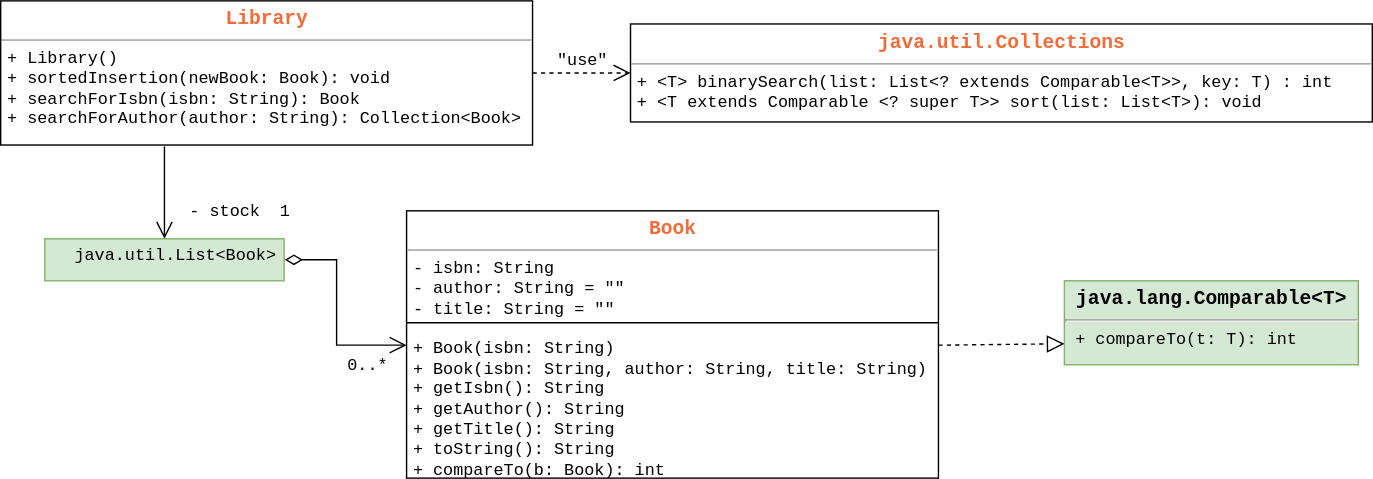
Above: docs/tasks/lesson/assets/Library_Lists.svg in sierikov/inloop (draw.io), before the change. Source tidied: cells renumbered, new cells last; positions are measured from the earlier drawing's top-left corner, leaving out a move shared by most shapes.
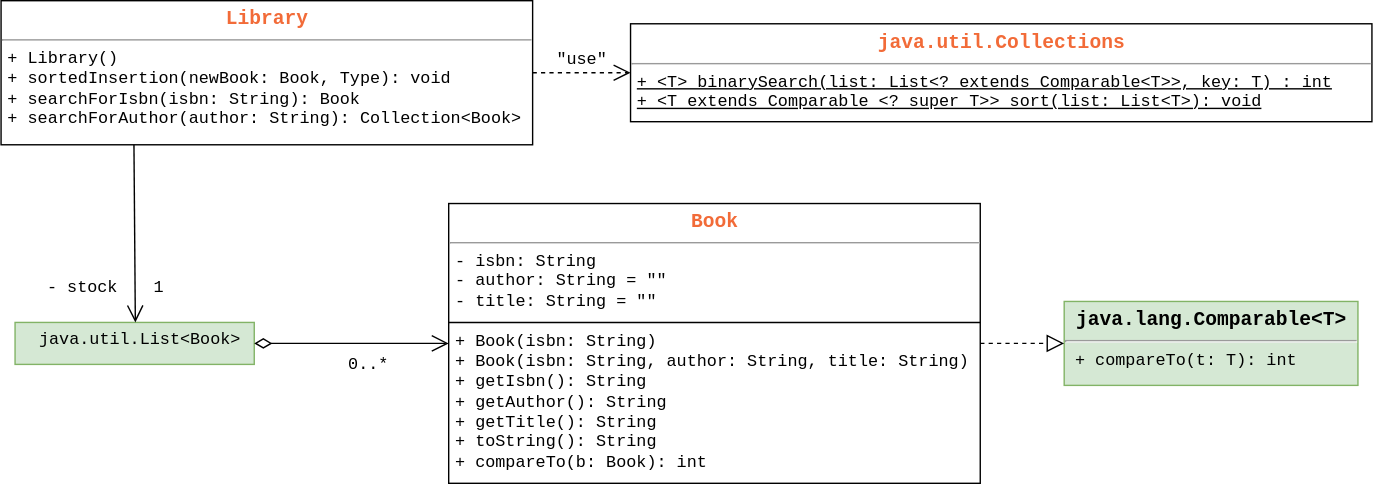
The same file after the commit.

What changed in the source:
```diff
@@ -8,35 +8,34 @@
     <mxCell id="3" value="&lt;p style=&quot;margin: 0px ; margin-top: 4px ; text-align: center&quot;&gt;&lt;font color=&quot;#f26b38&quot; size=&quot;1&quot;&gt;&lt;b style=&quot;font-size: 14px&quot;&gt;Library&lt;/b&gt;&lt;/font&gt;&lt;/p&gt;&lt;hr size=&quot;1&quot;&gt;&lt;p style=&quot;margin: 0px ; margin-left: 4px&quot;&gt;&lt;font&gt;+ Library()&lt;br&gt;+ sortedInsertion(newBook: Book, Type): void&lt;br&gt;+ searchForIsbn(isbn: String): Book&lt;/font&gt;&lt;/p&gt;&lt;p style=&quot;margin: 0px ; margin-left: 4px&quot;&gt;&lt;font&gt;+ searchForAuthor(author: String): Collection&amp;lt;Book&amp;gt;&lt;/font&gt;&lt;/p&gt;" style="verticalAlign=top;align=left;overflow=fill;fontSize=12;fontFamily=Courier New;html=1;rounded=0;shadow=0;comic=0;labelBackgroundColor=none;strokeWidth=1;" parent="1" vertex="1">
       <mxGeometry width="380" height="103" as="geometry" />
     </mxCell>
-    <mxCell id="4" value="&lt;p style=&quot;margin: 0px ; margin-top: 4px ; text-align: center&quot;&gt;&lt;font color=&quot;#f26b38&quot; size=&quot;1&quot;&gt;&lt;b style=&quot;font-size: 14px&quot;&gt;java.util.Collections&lt;/b&gt;&lt;/font&gt;&lt;/p&gt;&lt;hr size=&quot;1&quot;&gt;&lt;p style=&quot;margin: 0px ; margin-left: 4px&quot;&gt;&lt;font&gt;+ &amp;lt;T&amp;gt; binarySearch(list: List&amp;lt;? extends Comparable&amp;lt;T&amp;gt;&amp;gt;, key: T) : int&lt;br&gt;+ &amp;lt;T extends Comparable &amp;lt;? super T&amp;gt;&amp;gt; sort(list: List&amp;lt;T&amp;gt;): void&lt;br&gt;&lt;/font&gt;&lt;/p&gt;" style="verticalAlign=top;align=left;overflow=fill;fontSize=12;fontFamily=Courier New;html=1;rounded=0;shadow=0;comic=0;labelBackgroundColor=none;strokeWidth=1;" parent="1" vertex="1">
+    <mxCell id="4" value="&lt;p style=&quot;margin: 0px ; margin-top: 4px ; text-align: center&quot;&gt;&lt;font color=&quot;#f26b38&quot; size=&quot;1&quot;&gt;&lt;b style=&quot;font-size: 14px&quot;&gt;java.util.Collections&lt;/b&gt;&lt;/font&gt;&lt;/p&gt;&lt;hr size=&quot;1&quot;&gt;&lt;p style=&quot;margin: 0px ; margin-left: 4px&quot;&gt;&lt;u&gt;+ &amp;lt;T&amp;gt; binarySearch(list: List&amp;lt;? extends Comparable&amp;lt;T&amp;gt;&amp;gt;, key: T) : int&lt;/u&gt;&lt;u&gt;&lt;br&gt;+ &amp;lt;T extends Comparable &amp;lt;? super T&amp;gt;&amp;gt; sort(list: List&amp;lt;T&amp;gt;): void&lt;/u&gt;&lt;br&gt;&lt;/p&gt;" style="verticalAlign=top;align=left;overflow=fill;fontSize=12;fontFamily=Courier New;html=1;rounded=0;shadow=0;comic=0;labelBackgroundColor=none;strokeWidth=1;" parent="1" vertex="1">
       <mxGeometry x="450" y="16.5" width="530" height="70" as="geometry" />
     </mxCell>
     <mxCell id="5" value="&lt;p style=&quot;text-align: center ; margin: 4px 0px 0px&quot;&gt;&lt;span style=&quot;text-align: left ; line-height: 120%&quot;&gt;&lt;font face=&quot;Courier New&quot; style=&quot;line-height: 100% ; font-size: 12px&quot;&gt;&lt;font color=&quot;#f26b38&quot; style=&quot;font-size: 12px&quot;&gt;&lt;b&gt;&amp;nbsp;&lt;/b&gt;&lt;/font&gt;java.util.List&amp;lt;Book&amp;gt;&lt;/font&gt;&lt;/span&gt;&lt;/p&gt;" style="verticalAlign=top;align=left;overflow=fill;fontSize=12;fontFamily=Helvetica;html=1;rounded=0;shadow=0;comic=0;labelBackgroundColor=none;strokeWidth=1;fillColor=#d5e8d4;strokeColor=#82b366;" parent="1" vertex="1">
-      <mxGeometry x="31.5" y="170" width="171" height="30" as="geometry" />
+      <mxGeometry x="10" y="230" width="171" height="30" as="geometry" />
     </mxCell>
-    <mxCell id="6" style="endArrow=open;html=1;exitX=0.308;exitY=1.01;exitDx=0;exitDy=0;entryX=0.5;entryY=0;entryDx=0;entryDy=0;endFill=0;exitPerimeter=0;endSize=10;" parent="1" edge="1" source="3" target="5">
+    <mxCell id="6" style="endArrow=open;html=1;exitX=0.25;exitY=1;exitDx=0;exitDy=0;entryX=0.5;entryY=0;entryDx=0;entryDy=0;endFill=0;endSize=10;" parent="1" edge="1" source="3" target="5">
       <mxGeometry relative="1" as="geometry" />
     </mxCell>
     <mxCell id="7" value="- stock&lt;br&gt;" style="text;html=1;strokeColor=none;fillColor=none;align=center;verticalAlign=middle;whiteSpace=wrap;rounded=0;fontFamily=Courier New;" parent="1" vertex="1">
-      <mxGeometry x="122.5" y="140" width="75" height="20" as="geometry" />
+      <mxGeometry x="20.5" y="195" width="75" height="20" as="geometry" />
     </mxCell>
     <mxCell id="8" value="1&lt;br&gt;" style="text;html=1;strokeColor=none;fillColor=none;align=center;verticalAlign=middle;whiteSpace=wrap;rounded=0;fontFamily=Courier New;" parent="1" vertex="1">
-      <mxGeometry x="190" y="140" width="25" height="20" as="geometry" />
+      <mxGeometry x="100" y="195" width="25" height="20" as="geometry" />
     </mxCell>
     <mxCell id="9" value="&quot;use&quot;" style="text;html=1;strokeColor=none;fillColor=none;align=center;verticalAlign=middle;whiteSpace=wrap;rounded=0;fontFamily=Courier New;" parent="1" vertex="1">
       <mxGeometry x="395" y="31.5" width="40" height="20" as="geometry" />
     </mxCell>
-    <mxCell id="10" value="&lt;p style=&quot;margin: 0px ; margin-top: 4px ; text-align: center&quot;&gt;&lt;font color=&quot;#f26b38&quot; size=&quot;1&quot;&gt;&lt;b style=&quot;font-size: 14px&quot;&gt;Library&lt;/b&gt;&lt;/font&gt;&lt;/p&gt;&lt;hr size=&quot;1&quot;&gt;&lt;p style=&quot;margin: 0px ; margin-left: 4px&quot;&gt;- isbn: String&lt;/p&gt;&lt;p style=&quot;margin: 0px ; margin-left: 4px&quot;&gt;- author: String = &quot;&quot;&lt;/p&gt;&lt;p style=&quot;margin: 0px ; margin-left: 4px&quot;&gt;- title: String = &quot;&quot;&lt;/p&gt;&lt;p style=&quot;margin: 0px ; margin-left: 4px&quot;&gt;&lt;span&gt;&lt;br&gt;&lt;/span&gt;&lt;/p&gt;&lt;p style=&quot;margin: 0px ; margin-left: 4px&quot;&gt;&lt;span&gt;+ Book(isbn: String)&lt;/span&gt;&lt;br&gt;&lt;/p&gt;&lt;p style=&quot;margin: 0px ; margin-left: 4px&quot;&gt;+ Book(isbn: String, author: String, title: String)&lt;/p&gt;&lt;p style=&quot;margin: 0px ; margin-left: 4px&quot;&gt;&lt;font&gt;+ getIsbn(): String&lt;/font&gt;&lt;/p&gt;&lt;p style=&quot;margin: 0px ; margin-left: 4px&quot;&gt;&lt;font&gt;+ getAuthor(): String&lt;br&gt;+ getTitle(): String&lt;/font&gt;&lt;/p&gt;&lt;p style=&quot;margin: 0px ; margin-left: 4px&quot;&gt;&lt;font&gt;+ toString(): String&lt;/font&gt;&lt;/p&gt;&lt;p style=&quot;margin: 0px ; margin-left: 4px&quot;&gt;&lt;font&gt;+ compareTo(b: Book): int&lt;/font&gt;&lt;/p&gt;" style="verticalAlign=top;align=left;overflow=fill;fontSize=12;fontFamily=Courier New;html=1;rounded=0;shadow=0;comic=0;labelBackgroundColor=none;strokeWidth=1;" parent="1" vertex="1">
-      <mxGeometry x="290" y="150" width="380" height="191" as="geometry" />
+    <mxCell id="10" value="&lt;p style=&quot;margin: 0px ; margin-top: 4px ; text-align: center&quot;&gt;&lt;font color=&quot;#f26b38&quot; size=&quot;1&quot;&gt;&lt;b style=&quot;font-size: 14px&quot;&gt;Book&lt;/b&gt;&lt;/font&gt;&lt;/p&gt;&lt;hr size=&quot;1&quot;&gt;&lt;p style=&quot;margin: 0px ; margin-left: 4px&quot;&gt;- isbn: String&lt;/p&gt;&lt;p style=&quot;margin: 0px ; margin-left: 4px&quot;&gt;- author: String = &quot;&quot;&lt;/p&gt;&lt;p style=&quot;margin: 0px ; margin-left: 4px&quot;&gt;- title: String = &quot;&quot;&lt;/p&gt;&lt;p style=&quot;margin: 0px ; margin-left: 4px&quot;&gt;&lt;span&gt;&lt;br&gt;&lt;/span&gt;&lt;/p&gt;&lt;p style=&quot;margin: 0px ; margin-left: 4px&quot;&gt;&lt;span&gt;+ Book(isbn: String)&lt;/span&gt;&lt;br&gt;&lt;/p&gt;&lt;p style=&quot;margin: 0px ; margin-left: 4px&quot;&gt;+ Book(isbn: String, author: String, title: String)&lt;/p&gt;&lt;p style=&quot;margin: 0px ; margin-left: 4px&quot;&gt;&lt;font&gt;+ getIsbn(): String&lt;/font&gt;&lt;/p&gt;&lt;p style=&quot;margin: 0px ; margin-left: 4px&quot;&gt;&lt;font&gt;+ getAuthor(): String&lt;br&gt;+ getTitle(): String&lt;/font&gt;&lt;/p&gt;&lt;p style=&quot;margin: 0px ; margin-left: 4px&quot;&gt;&lt;font&gt;+ toString(): String&lt;/font&gt;&lt;/p&gt;&lt;p style=&quot;margin: 0px ; margin-left: 4px&quot;&gt;&lt;font&gt;+ compareTo(b: Book): int&lt;/font&gt;&lt;/p&gt;" style="verticalAlign=top;align=left;overflow=fill;fontSize=12;fontFamily=Courier New;html=1;rounded=0;shadow=0;comic=0;labelBackgroundColor=none;strokeWidth=1;" parent="1" vertex="1">
+      <mxGeometry x="320" y="145" width="380" height="200" as="geometry" />
     </mxCell>
     <mxCell id="11" style="line;strokeWidth=1;fillColor=none;align=left;verticalAlign=middle;spacingTop=-1;spacingLeft=3;spacingRight=3;labelPosition=right;fontFamily=Courier New;fontSize=14;fontColor=#F26B38;" parent="1" vertex="1">
-      <mxGeometry x="290" y="226" width="380" height="8" as="geometry" />
+      <mxGeometry x="320" y="226" width="380" height="8" as="geometry" />
     </mxCell>
     <mxCell id="12" style="edgeStyle=orthogonalEdgeStyle;rounded=0;jettySize=auto;html=1;endArrow=open;endFill=0;fontFamily=Courier New;exitX=1;exitY=0.5;exitDx=0;exitDy=0;entryX=0;entryY=0.5;entryDx=0;entryDy=0;startArrow=diamondThin;startFill=0;targetPerimeterSpacing=0;sourcePerimeterSpacing=0;startSize=10;endSize=10;" parent="1" edge="1" source="5" target="10">
       <mxGeometry relative="1" as="geometry">
         <Array as="points">
-          <mxPoint x="240" y="185" />
-          <mxPoint x="240" y="246" />
+          <mxPoint x="310" y="245" />
         </Array>
       </mxGeometry>
     </mxCell>
@@ -44,9 +43,9 @@
       <mxGeometry x="240" y="250" width="45" height="20" as="geometry" />
     </mxCell>
     <mxCell id="14" value="&lt;p style=&quot;margin: 0px ; margin-top: 4px ; text-align: center&quot;&gt;&lt;span style=&quot;font-size: 14px&quot;&gt;&lt;b&gt;java.lang.Comparable&amp;lt;T&amp;gt;&lt;/b&gt;&lt;/span&gt;&lt;/p&gt;&lt;hr&gt;&amp;nbsp;+ compareTo(t: T): int&lt;br&gt;" style="verticalAlign=top;align=left;overflow=fill;fontSize=12;fontFamily=Courier New;html=1;rounded=0;shadow=0;comic=0;labelBackgroundColor=none;strokeWidth=1;fillColor=#d5e8d4;strokeColor=#82b366;" parent="1" vertex="1">
-      <mxGeometry x="760" y="200" width="210" height="60" as="geometry" />
+      <mxGeometry x="760" y="215" width="210" height="60" as="geometry" />
     </mxCell>
-    <mxCell id="15" style="endArrow=block;html=1;exitX=1;exitY=0.5;exitDx=0;exitDy=0;entryX=0;entryY=0.75;entryDx=0;entryDy=0;endFill=0;dashed=1;endSize=10;" parent="1" edge="1" source="10" target="14">
+    <mxCell id="15" style="endArrow=block;html=1;exitX=1;exitY=0.5;exitDx=0;exitDy=0;entryX=0;entryY=0.5;entryDx=0;entryDy=0;endFill=0;dashed=1;endSize=10;" parent="1" edge="1" source="10" target="14">
       <mxGeometry relative="1" as="geometry" />
     </mxCell>
   </root>
```
